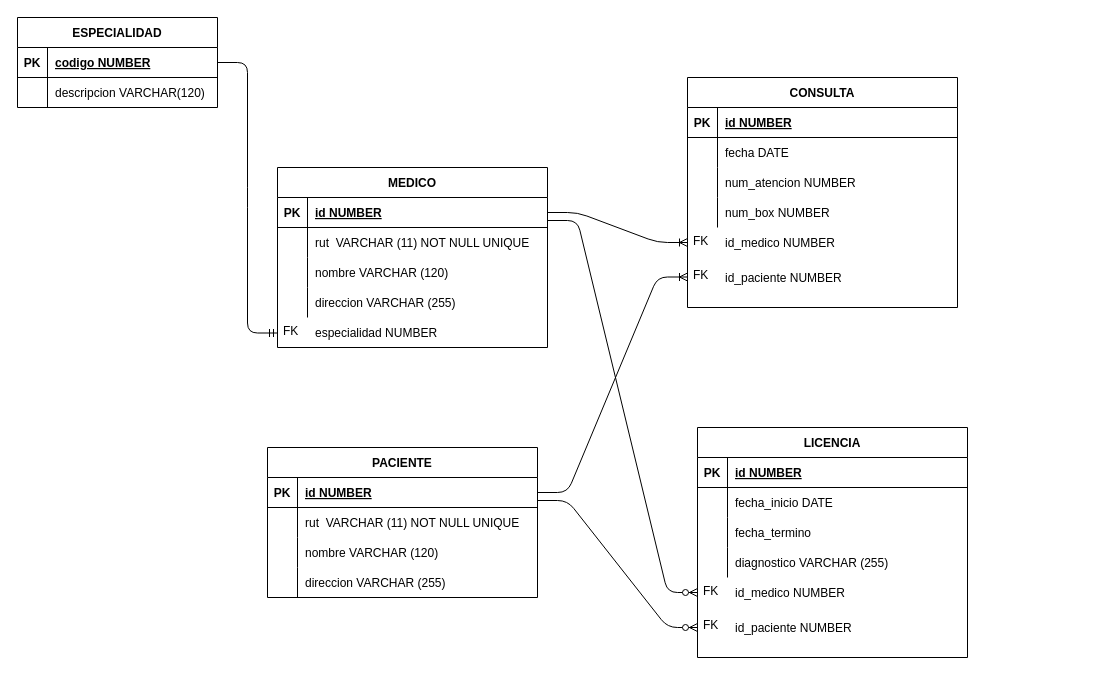
Above: Modelo Logico.drawio in joseluisojedafdez/modelamientodatos (draw.io), before the change. Source tidied: cells renumbered, new cells numbered last; positions are measured from the earlier drawing's top-left corner, leaving out a move shared by most shapes. Both pictures are drawn from the tidied source at 100%, with x=0, y=0 at pixel (17, 17).
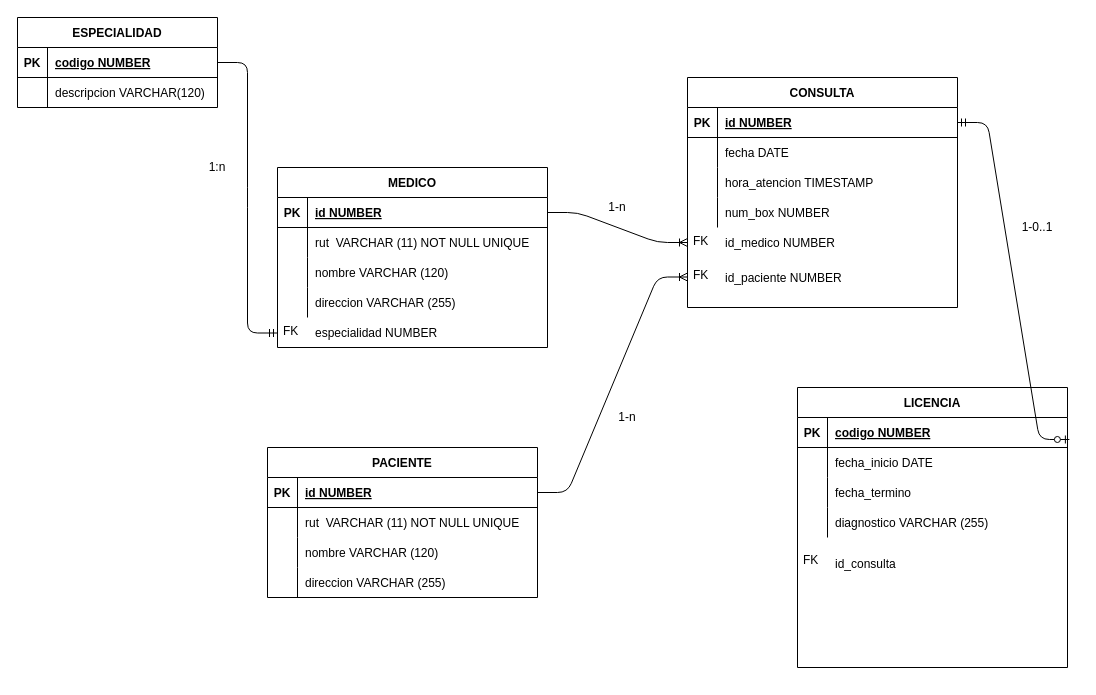
The same diagram, later.

Unchanged cells that the change refers to:
```xml
<mxCell id="4" style="shape=partialRectangle;fillColor=none;top=0;left=0;bottom=1;right=0;points=[[0,0.5],[1,0.5]];portConstraint=eastwest;" parent="3" vertex="1">
  <mxGeometry y="30" width="270" height="30" as="geometry" />
</mxCell>
<mxCell id="42" style="shape=partialRectangle;fillColor=none;top=0;left=0;bottom=1;right=0;points=[[0,0.5],[1,0.5]];portConstraint=eastwest;" parent="41" vertex="1">
  <mxGeometry y="30" width="270" height="30" as="geometry" />
</mxCell>
<mxCell id="48" style="shape=partialRectangle;fillColor=none;top=0;left=0;bottom=0;right=0;" parent="41" vertex="1">
  <mxGeometry y="90" width="270" height="30" as="geometry" />
</mxCell>
<mxCell id="62" style="shape=partialRectangle;fillColor=none;top=0;left=0;bottom=1;right=0;points=[[0,0.5],[1,0.5]];portConstraint=eastwest;" parent="61" vertex="1">
  <mxGeometry y="30" width="270" height="30" as="geometry" />
</mxCell>
```

Diff of the diagram source:
```diff
@@
-    <mxCell id="50" value="num_atencion NUMBER" style="shape=partialRectangle;fillColor=none;top=0;left=0;bottom=0;right=0;align=left;spacingLeft=6;overflow=hidden;" parent="48" vertex="1">
+    <mxCell id="50" value="hora_atencion TIMESTAMP" style="shape=partialRectangle;fillColor=none;top=0;left=0;bottom=0;right=0;align=left;spacingLeft=6;overflow=hidden;" parent="48" vertex="1">
       <mxGeometry x="30" width="240" height="30" as="geometry" />
     </mxCell>
@@
     <mxCell id="60" style="group;" parent="1" vertex="1">
-      <mxGeometry x="680" y="410" width="270" height="230" as="geometry" />
+      <mxGeometry x="780" y="370" width="270" height="280" as="geometry" />
     </mxCell>
     <mxCell id="61" value="LICENCIA" style="shape=table;startSize=30;childLayout=tableLayout;rowLines=0;fontStyle=1;align=center;" parent="60" vertex="1">
-      <mxGeometry width="270" height="230" as="geometry" />
+      <mxGeometry width="270" height="280" as="geometry" />
     </mxCell>
@@
-    <mxCell id="64" value="id NUMBER" style="shape=partialRectangle;fillColor=none;top=0;left=0;bottom=0;right=0;align=left;spacingLeft=6;fontStyle=5;overflow=hidden;" parent="62" vertex="1">
+    <mxCell id="64" value="codigo NUMBER" style="shape=partialRectangle;fillColor=none;top=0;left=0;bottom=0;right=0;align=left;spacingLeft=6;fontStyle=5;overflow=hidden;" parent="62" vertex="1">
       <mxGeometry x="30" width="240" height="30" as="geometry" />
     </mxCell>
@@
-    <mxCell id="74" value="id_medico NUMBER" style="shape=partialRectangle;fillColor=none;top=0;left=0;bottom=0;right=0;align=left;spacingLeft=6;overflow=hidden;" parent="60" vertex="1">
-      <mxGeometry x="30" y="150" width="240" height="30" as="geometry" />
-    </mxCell>
-    <mxCell id="75" value="FK" style="text;strokeColor=none;fillColor=none;spacingLeft=4;spacingRight=4;overflow=hidden;points=[[0,0.5],[1,0.5]];portConstraint=eastwest;fontSize=12;" parent="60" vertex="1">
-      <mxGeometry y="150" width="30" height="30" as="geometry" />
-    </mxCell>
-    <mxCell id="76" value="id_paciente NUMBER" style="shape=partialRectangle;fillColor=none;top=0;left=0;bottom=0;right=0;align=left;spacingLeft=6;overflow=hidden;" parent="60" vertex="1">
-      <mxGeometry x="30" y="185" width="240" height="30" as="geometry" />
-    </mxCell>
-    <mxCell id="77" value="FK" style="text;strokeColor=none;fillColor=none;spacingLeft=4;spacingRight=4;overflow=hidden;fontSize=12;" parent="60" vertex="1">
-      <mxGeometry y="184" width="30" height="31" as="geometry" />
-    </mxCell>
-    <mxCell id="78" style="edgeStyle=entityRelationEdgeStyle;fontSize=12;html=1;endArrow=ERzeroToMany;endFill=1;exitX=1;exitY=0.767;exitDx=0;exitDy=0;entryX=0;entryY=0.5;entryDx=0;entryDy=0;exitPerimeter=0;" parent="1" edge="1" source="4" target="75">
-      <mxGeometry relative="1" as="geometry" />
-    </mxCell>
-    <mxCell id="79" style="edgeStyle=entityRelationEdgeStyle;fontSize=12;html=1;endArrow=ERzeroToMany;endFill=1;" parent="1" edge="1">
-      <mxGeometry relative="1" as="geometry">
-        <mxPoint x="520" y="483" as="sourcePoint" />
-        <mxPoint x="680" y="610" as="targetPoint" />
-      </mxGeometry>
-    </mxCell>
+    <mxCell id="80" value="id_consulta" style="shape=partialRectangle;fillColor=none;top=0;left=0;bottom=0;right=0;align=left;spacingLeft=6;overflow=hidden;" parent="60" vertex="1">
+      <mxGeometry x="30" y="159" width="240" height="34.9" as="geometry" />
+    </mxCell>
+    <mxCell id="81" value="FK" style="text;strokeColor=none;fillColor=none;spacingLeft=4;spacingRight=4;overflow=hidden;fontSize=12;" parent="60" vertex="1">
+      <mxGeometry y="159" width="30" height="37" as="geometry" />
+    </mxCell>
+    <mxCell id="82" style="edgeStyle=entityRelationEdgeStyle;fontSize=12;html=1;endArrow=ERzeroToOne;startArrow=ERmandOne;exitX=1;exitY=0.5;exitDx=0;exitDy=0;entryX=1.007;entryY=0.733;entryDx=0;entryDy=0;entryPerimeter=0;" parent="1" edge="1" source="42" target="62">
+      <mxGeometry relative="1" as="geometry" />
+    </mxCell>
+    <mxCell id="83" value="1-n" style="text;html=1;strokeColor=none;fillColor=none;align=center;verticalAlign=middle;whiteSpace=wrap;rounded=0;" parent="1" vertex="1">
+      <mxGeometry x="580" y="180" width="40" height="20" as="geometry" />
+    </mxCell>
+    <mxCell id="84" value="1-0..1" style="text;html=1;strokeColor=none;fillColor=none;align=center;verticalAlign=middle;whiteSpace=wrap;rounded=0;" parent="1" vertex="1">
+      <mxGeometry x="1000" y="200" width="40" height="20" as="geometry" />
+    </mxCell>
+    <mxCell id="85" value="1-n" style="text;html=1;strokeColor=none;fillColor=none;align=center;verticalAlign=middle;whiteSpace=wrap;rounded=0;" parent="1" vertex="1">
+      <mxGeometry x="590" y="390" width="40" height="20" as="geometry" />
+    </mxCell>
+    <mxCell id="86" value="1:n&lt;br&gt;" style="text;html=1;strokeColor=none;fillColor=none;align=center;verticalAlign=middle;whiteSpace=wrap;rounded=0;" parent="1" vertex="1">
+      <mxGeometry x="180" y="140" width="40" height="20" as="geometry" />
+    </mxCell>
```
